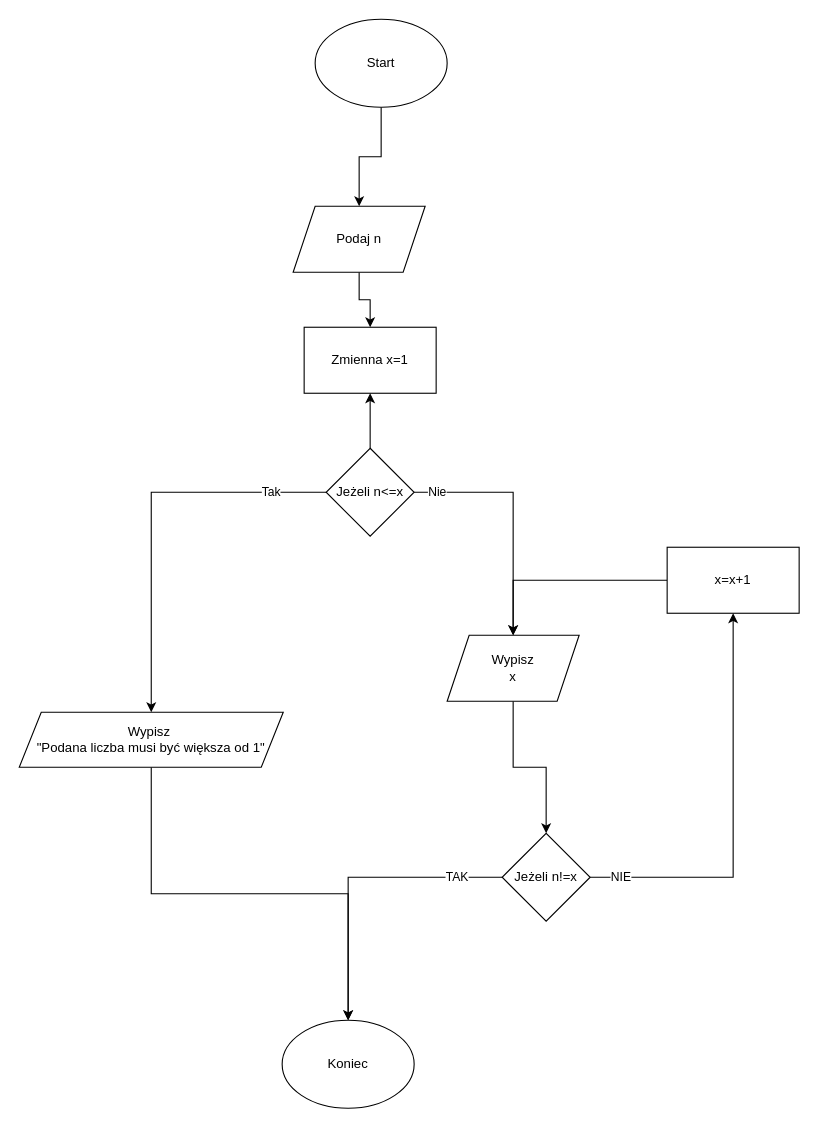
The draw.io diagram zad3a.drawio in Bobero/hello-world, before the edit. Source tidied: cells renumbered, new cells numbered last; positions are measured from the earlier drawing's top-left corner, leaving out a move shared by most shapes. Both pictures are drawn from the tidied source at 110%, with x=0, y=0 at pixel (19, 19).
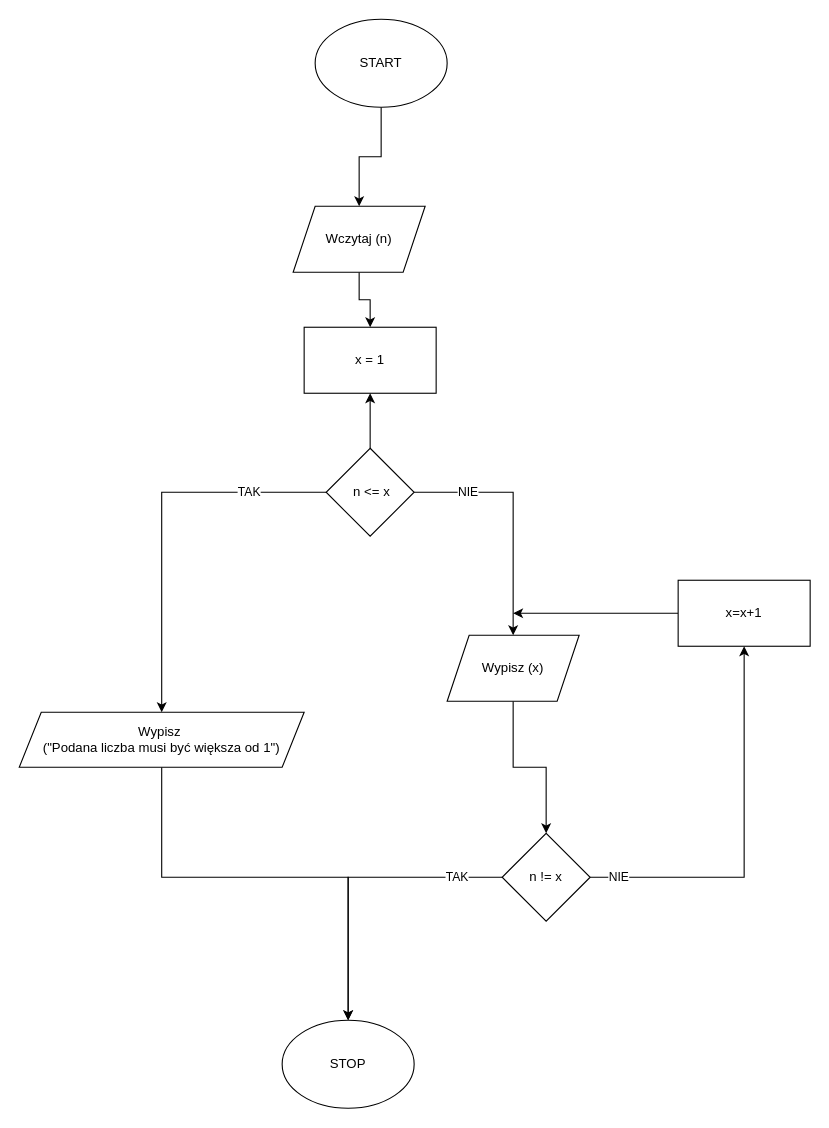
The same page after the edit.

The edit, as a diff of the source:
```diff
@@
-    <mxCell id="3" value="Start" style="ellipse;whiteSpace=wrap;html=1;" parent="1" vertex="1">
+    <mxCell id="3" value="START" style="ellipse;whiteSpace=wrap;html=1;" parent="1" vertex="1">
       <mxGeometry x="269" width="120" height="80" as="geometry" />
     </mxCell>
@@
-    <mxCell id="5" value="Podaj n" style="shape=parallelogram;perimeter=parallelogramPerimeter;whiteSpace=wrap;html=1;fixedSize=1;" parent="1" vertex="1">
+    <mxCell id="5" value="Wczytaj (n)" style="shape=parallelogram;perimeter=parallelogramPerimeter;whiteSpace=wrap;html=1;fixedSize=1;" parent="1" vertex="1">
       <mxGeometry x="249" y="170" width="120" height="60" as="geometry" />
     </mxCell>
-    <mxCell id="6" value="Zmienna x=1" style="rounded=0;whiteSpace=wrap;html=1;" parent="1" vertex="1">
+    <mxCell id="6" value="x = 1" style="rounded=0;whiteSpace=wrap;html=1;" parent="1" vertex="1">
       <mxGeometry x="259" y="280" width="120" height="60" as="geometry" />
     </mxCell>
@@
-    <mxCell id="8" value="Tak" style="edgeStyle=orthogonalEdgeStyle;rounded=0;jettySize=auto;html=1;entryX=0.5;entryY=0;entryDx=0;entryDy=0;" parent="1" edge="1" source="10" target="12">
-      <mxGeometry x="-0.72" relative="1" as="geometry" />
+    <mxCell id="8" value="TAK" style="edgeStyle=orthogonalEdgeStyle;rounded=0;jettySize=auto;html=1;entryX=0.5;entryY=0;entryDx=0;entryDy=0;" parent="1" edge="1" source="10" target="12">
+      <mxGeometry x="-0.6" relative="1" as="geometry" />
     </mxCell>
-    <mxCell id="9" value="Nie" style="edgeStyle=orthogonalEdgeStyle;rounded=0;jettySize=auto;html=1;entryX=0.5;entryY=0;entryDx=0;entryDy=0;" parent="1" edge="1" source="10" target="15">
-      <mxGeometry x="-0.81" relative="1" as="geometry" />
+    <mxCell id="9" value="NIE" style="edgeStyle=orthogonalEdgeStyle;rounded=0;jettySize=auto;html=1;entryX=0.5;entryY=0;entryDx=0;entryDy=0;" parent="1" edge="1" source="10" target="15">
+      <mxGeometry x="-0.55" relative="1" as="geometry" />
     </mxCell>
-    <mxCell id="10" value="Jeżeli n&amp;lt;=x" style="rhombus;whiteSpace=wrap;html=1;" parent="1" vertex="1">
+    <mxCell id="10" value="&amp;nbsp;n &amp;lt;= x" style="rhombus;whiteSpace=wrap;html=1;" parent="1" vertex="1">
       <mxGeometry x="279" y="390" width="80" height="80" as="geometry" />
     </mxCell>
     <mxCell id="11" style="edgeStyle=orthogonalEdgeStyle;rounded=0;jettySize=auto;html=1;entryX=0.5;entryY=0;entryDx=0;entryDy=0;" parent="1" edge="1" source="12" target="13">
-      <mxGeometry relative="1" as="geometry" />
+      <mxGeometry relative="1" as="geometry">
+        <Array as="points">
+          <mxPoint x="130" y="780" />
+          <mxPoint x="299" y="780" />
+        </Array>
+      </mxGeometry>
     </mxCell>
-    <mxCell id="12" value="Wypisz&amp;nbsp;&lt;br&gt;&quot;Podana liczba musi być większa od 1&quot;" style="shape=parallelogram;perimeter=parallelogramPerimeter;whiteSpace=wrap;html=1;fixedSize=1;" parent="1" vertex="1">
-      <mxGeometry y="630" width="240" height="50" as="geometry" />
+    <mxCell id="12" value="Wypisz&amp;nbsp;&lt;br&gt;(&quot;Podana liczba musi być większa od 1&quot;)" style="shape=parallelogram;perimeter=parallelogramPerimeter;whiteSpace=wrap;html=1;fixedSize=1;" parent="1" vertex="1">
+      <mxGeometry y="630" width="259" height="50" as="geometry" />
     </mxCell>
-    <mxCell id="13" value="Koniec" style="ellipse;whiteSpace=wrap;html=1;" parent="1" vertex="1">
+    <mxCell id="13" value="STOP" style="ellipse;whiteSpace=wrap;html=1;" parent="1" vertex="1">
       <mxGeometry x="239" y="910" width="120" height="80" as="geometry" />
     </mxCell>
@@
-    <mxCell id="15" value="Wypisz&lt;br&gt;x" style="shape=parallelogram;perimeter=parallelogramPerimeter;whiteSpace=wrap;html=1;fixedSize=1;" parent="1" vertex="1">
+    <mxCell id="15" value="Wypisz (x)" style="shape=parallelogram;perimeter=parallelogramPerimeter;whiteSpace=wrap;html=1;fixedSize=1;" parent="1" vertex="1">
       <mxGeometry x="389" y="560" width="120" height="60" as="geometry" />
     </mxCell>
-    <mxCell id="16" style="edgeStyle=orthogonalEdgeStyle;rounded=0;jettySize=auto;html=1;entryX=0.5;entryY=0;entryDx=0;entryDy=0;" parent="1" edge="1" source="17" target="15">
-      <mxGeometry relative="1" as="geometry" />
-    </mxCell>
+    <mxCell id="21" style="edgeStyle=orthogonalEdgeStyle;rounded=0;jettySize=auto;html=1;" parent="1" edge="1" source="17">
+      <mxGeometry relative="1" as="geometry">
+        <mxPoint x="449" y="540" as="targetPoint" />
+      </mxGeometry>
+    </mxCell>
     <mxCell id="17" value="x=x+1" style="rounded=0;whiteSpace=wrap;html=1;" parent="1" vertex="1">
-      <mxGeometry x="589" y="480" width="120" height="60" as="geometry" />
+      <mxGeometry x="599" y="510" width="120" height="60" as="geometry" />
     </mxCell>
@@
     <mxCell id="19" value="TAK" style="edgeStyle=orthogonalEdgeStyle;rounded=0;jettySize=auto;html=1;" parent="1" edge="1" source="20" target="13">
-      <mxGeometry x="-0.7" relative="1" as="geometry" />
+      <mxGeometry x="-0.7" relative="1" as="geometry">
+        <Array as="points">
+          <mxPoint x="299" y="780" />
+        </Array>
+      </mxGeometry>
     </mxCell>
-    <mxCell id="20" value="Jeżeli n!=x" style="rhombus;whiteSpace=wrap;html=1;direction=south;" parent="1" vertex="1">
+    <mxCell id="20" value="n != x" style="rhombus;whiteSpace=wrap;html=1;direction=south;" parent="1" vertex="1">
       <mxGeometry x="439" y="740" width="80" height="80" as="geometry" />
     </mxCell>
```
